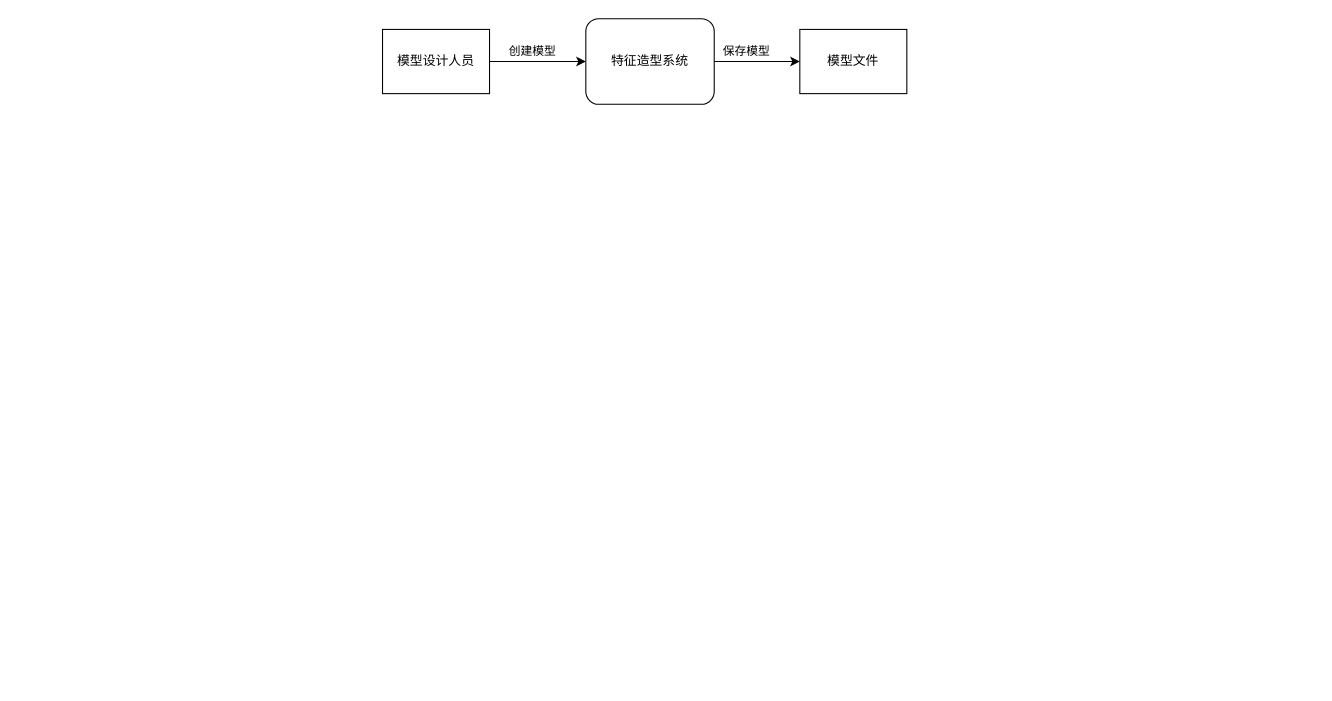
liuhuliuhu123/First-test keeps this draw.io diagram as 数据流图.drawio. Above is the earlier version. Source tidied: cells renumbered, new cells numbered last; positions are measured from the earlier drawing's top-left corner, leaving out a move shared by most shapes. Both pictures are drawn from the tidied source at 107%, with x=0, y=0 at pixel (382, 18).
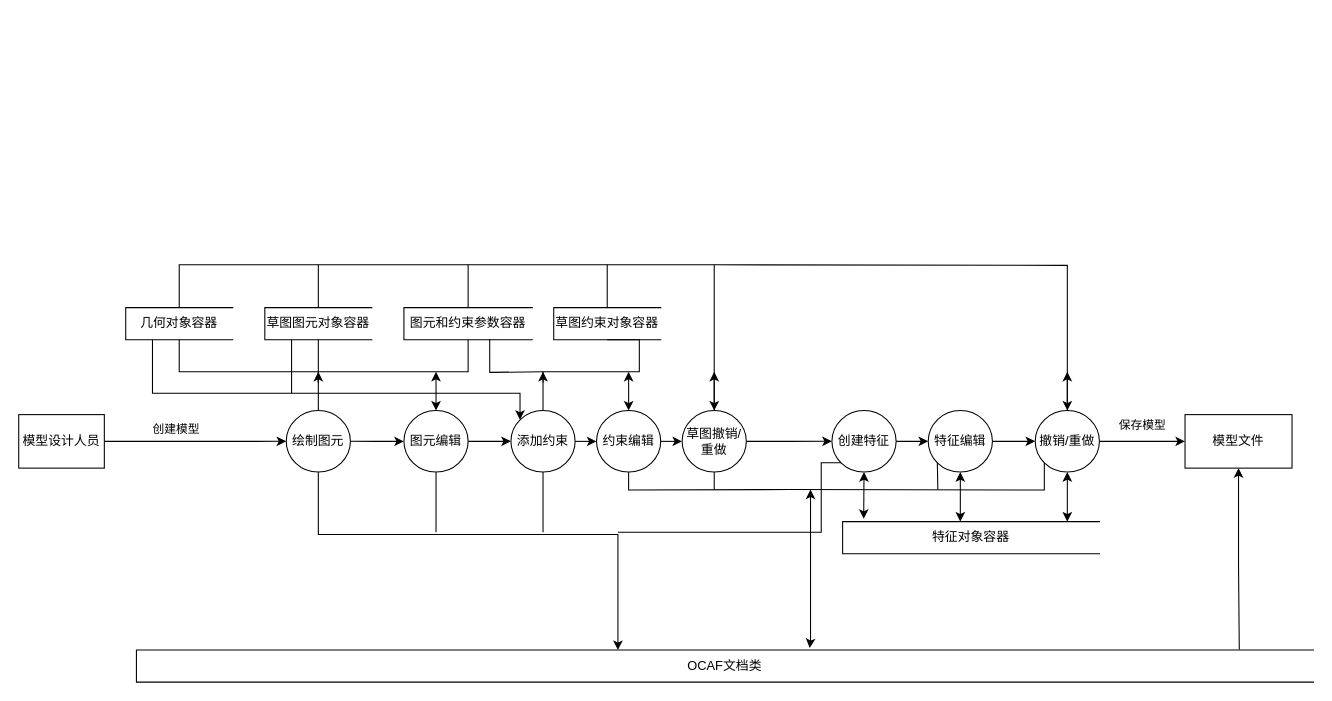
The same page after the edit.

Commit message:
更新数据流图.drawio

Diff of the diagram source:
```diff
@@
-    <mxCell id="2" value="创建模型" style="edgeStyle=orthogonalEdgeStyle;rounded=0;jettySize=auto;html=1;entryX=0;entryY=0.5;entryDx=0;entryDy=0;" parent="1" edge="1" source="3" target="5">
-      <mxGeometry x="-0.11" y="10" relative="1" as="geometry" />
+    <mxCell id="2" value="创建模型" style="edgeStyle=orthogonalEdgeStyle;rounded=0;jettySize=auto;html=1;entryX=0;entryY=0.5;entryDx=0;entryDy=0;exitX=1;exitY=0.5;exitDx=0;exitDy=0;" parent="1" edge="1" source="3" target="12">
+      <mxGeometry x="-0.21" y="11" relative="1" as="geometry">
+        <Array as="points">
+          <mxPoint x="-130" y="395" />
+          <mxPoint x="-130" y="395" />
+        </Array>
+      </mxGeometry>
     </mxCell>
-    <mxCell id="3" value="模型设计人员" style="rounded=0;whiteSpace=wrap;html=1;" parent="1" vertex="1">
-      <mxGeometry y="10" width="100" height="60" as="geometry" />
+    <mxCell id="3" value="模型设计人员" style="html=1;dashed=0;whiteSpace=wrap;" parent="1" vertex="1">
+      <mxGeometry x="-340" y="370" width="80" height="50" as="geometry" />
     </mxCell>
+    <mxCell id="7" style="edgeStyle=orthogonalEdgeStyle;rounded=0;jettySize=auto;html=1;exitX=1;exitY=0.5;exitDx=0;exitDy=0;" parent="1" edge="1" source="12" target="9">
+      <mxGeometry relative="1" as="geometry" />
+    </mxCell>
+    <mxCell id="8" style="edgeStyle=orthogonalEdgeStyle;rounded=0;jettySize=auto;html=1;entryX=0;entryY=0.5;entryDx=0;entryDy=0;" parent="1" edge="1" source="9" target="15">
+      <mxGeometry relative="1" as="geometry" />
+    </mxCell>
+    <mxCell id="9" value="图元编辑" style="shape=ellipse;html=1;dashed=0;whiteSpace=wrap;perimeter=ellipsePerimeter;" parent="1" vertex="1">
+      <mxGeometry x="20" y="366.2" width="60" height="57.5" as="geometry" />
+    </mxCell>
+    <mxCell id="10" style="edgeStyle=orthogonalEdgeStyle;rounded=0;jettySize=auto;html=1;" parent="1" edge="1" source="12">
+      <mxGeometry relative="1" as="geometry">
+        <mxPoint x="-60" y="330" as="targetPoint" />
+      </mxGeometry>
+    </mxCell>
+    <mxCell id="11" style="edgeStyle=orthogonalEdgeStyle;rounded=0;jettySize=auto;html=1;" parent="1" edge="1" source="12" target="43">
+      <mxGeometry relative="1" as="geometry">
+        <Array as="points">
+          <mxPoint x="-60" y="482" />
+          <mxPoint x="220" y="482" />
+        </Array>
+      </mxGeometry>
+    </mxCell>
+    <mxCell id="12" value="绘制图元" style="shape=ellipse;html=1;dashed=0;whiteSpace=wrap;perimeter=ellipsePerimeter;" parent="1" vertex="1">
+      <mxGeometry x="-90" y="366.2" width="60" height="57.5" as="geometry" />
+    </mxCell>
+    <mxCell id="13" style="edgeStyle=orthogonalEdgeStyle;rounded=0;jettySize=auto;html=1;entryX=0;entryY=0.5;entryDx=0;entryDy=0;" parent="1" edge="1" source="15" target="17">
+      <mxGeometry relative="1" as="geometry" />
+    </mxCell>
+    <mxCell id="14" style="edgeStyle=orthogonalEdgeStyle;rounded=0;jettySize=auto;html=1;exitX=0.5;exitY=0;exitDx=0;exitDy=0;" parent="1" edge="1" source="15">
+      <mxGeometry relative="1" as="geometry">
+        <mxPoint x="150" y="330" as="targetPoint" />
+      </mxGeometry>
+    </mxCell>
+    <mxCell id="15" value="添加约束" style="shape=ellipse;html=1;dashed=0;whiteSpace=wrap;perimeter=ellipsePerimeter;" parent="1" vertex="1">
+      <mxGeometry x="120" y="366.2" width="60" height="57.5" as="geometry" />
+    </mxCell>
+    <mxCell id="16" style="edgeStyle=orthogonalEdgeStyle;rounded=0;jettySize=auto;html=1;entryX=0;entryY=0.5;entryDx=0;entryDy=0;" parent="1" edge="1" source="17" target="20">
+      <mxGeometry relative="1" as="geometry" />
+    </mxCell>
+    <mxCell id="17" value="约束编辑" style="shape=ellipse;html=1;dashed=0;whiteSpace=wrap;perimeter=ellipsePerimeter;" parent="1" vertex="1">
+      <mxGeometry x="200" y="366.2" width="60" height="57.5" as="geometry" />
+    </mxCell>
+    <mxCell id="18" style="edgeStyle=orthogonalEdgeStyle;rounded=0;jettySize=auto;html=1;entryX=0;entryY=0.5;entryDx=0;entryDy=0;" parent="1" edge="1" source="20" target="22">
+      <mxGeometry relative="1" as="geometry" />
+    </mxCell>
+    <mxCell id="19" style="edgeStyle=orthogonalEdgeStyle;rounded=0;jettySize=auto;html=1;exitX=0.5;exitY=0;exitDx=0;exitDy=0;" parent="1" edge="1" source="20">
+      <mxGeometry relative="1" as="geometry">
+        <mxPoint x="310" y="330" as="targetPoint" />
+      </mxGeometry>
+    </mxCell>
+    <mxCell id="20" value="草图撤销/重做" style="shape=ellipse;html=1;dashed=0;whiteSpace=wrap;perimeter=ellipsePerimeter;" parent="1" vertex="1">
+      <mxGeometry x="280" y="366.2" width="60" height="57.5" as="geometry" />
+    </mxCell>
+    <mxCell id="21" style="edgeStyle=orthogonalEdgeStyle;rounded=0;jettySize=auto;html=1;entryX=0;entryY=0.5;entryDx=0;entryDy=0;" parent="1" edge="1" source="22" target="24">
+      <mxGeometry relative="1" as="geometry" />
+    </mxCell>
+    <mxCell id="22" value="创建特征" style="shape=ellipse;html=1;dashed=0;whiteSpace=wrap;perimeter=ellipsePerimeter;" parent="1" vertex="1">
+      <mxGeometry x="420" y="366.2" width="60" height="57.5" as="geometry" />
+    </mxCell>
+    <mxCell id="23" style="edgeStyle=orthogonalEdgeStyle;rounded=0;jettySize=auto;html=1;entryX=0;entryY=0.5;entryDx=0;entryDy=0;" parent="1" edge="1" source="24" target="26">
+      <mxGeometry relative="1" as="geometry" />
+    </mxCell>
+    <mxCell id="24" value="特征编辑" style="shape=ellipse;html=1;dashed=0;whiteSpace=wrap;perimeter=ellipsePerimeter;" parent="1" vertex="1">
+      <mxGeometry x="510" y="366.2" width="60" height="57.5" as="geometry" />
+    </mxCell>
-    <mxCell id="4" value="保存模型" style="edgeStyle=orthogonalEdgeStyle;rounded=0;jettySize=auto;html=1;" parent="1" edge="1" source="5" target="6">
-      <mxGeometry x="-0.25" y="10" relative="1" as="geometry" />
+    <mxCell id="4" value="保存模型" style="edgeStyle=orthogonalEdgeStyle;rounded=0;jettySize=auto;html=1;entryX=0;entryY=0.5;entryDx=0;entryDy=0;" parent="1" edge="1" source="26" target="6">
+      <mxGeometry y="15" relative="1" as="geometry" />
     </mxCell>
-    <mxCell id="5" value="特征造型系统" style="rounded=1;whiteSpace=wrap;html=1;" parent="1" vertex="1">
-      <mxGeometry x="190" width="120" height="80" as="geometry" />
-    </mxCell>
+    <mxCell id="25" style="edgeStyle=orthogonalEdgeStyle;rounded=0;jettySize=auto;html=1;" parent="1" edge="1" source="26">
+      <mxGeometry relative="1" as="geometry">
+        <mxPoint x="640" y="330" as="targetPoint" />
+      </mxGeometry>
+    </mxCell>
+    <mxCell id="26" value="撤销/重做" style="shape=ellipse;html=1;dashed=0;whiteSpace=wrap;perimeter=ellipsePerimeter;" parent="1" vertex="1">
+      <mxGeometry x="610" y="366.2" width="60" height="57.5" as="geometry" />
+    </mxCell>
-    <mxCell id="6" value="模型文件" style="rounded=0;whiteSpace=wrap;html=1;" parent="1" vertex="1">
-      <mxGeometry x="390" y="10" width="100" height="60" as="geometry" />
+    <mxCell id="6" value="模型文件" style="html=1;dashed=0;whiteSpace=wrap;" parent="1" vertex="1">
+      <mxGeometry x="750" y="370" width="100" height="50" as="geometry" />
     </mxCell>
+    <mxCell id="27" style="edgeStyle=orthogonalEdgeStyle;rounded=0;jettySize=auto;html=1;exitX=0.25;exitY=1;exitDx=0;exitDy=0;entryX=0;entryY=0;entryDx=0;entryDy=0;" parent="1" edge="1" source="29" target="15">
+      <mxGeometry relative="1" as="geometry">
+        <Array as="points">
+          <mxPoint x="-215" y="350" />
+          <mxPoint x="129" y="350" />
+        </Array>
+      </mxGeometry>
+    </mxCell>
+    <mxCell id="28" style="edgeStyle=orthogonalEdgeStyle;rounded=0;jettySize=auto;html=1;entryX=0.5;entryY=0;entryDx=0;entryDy=0;" parent="1" edge="1" source="29" target="20">
+      <mxGeometry relative="1" as="geometry">
+        <Array as="points">
+          <mxPoint x="-190" y="230" />
+          <mxPoint x="310" y="230" />
+        </Array>
+      </mxGeometry>
+    </mxCell>
+    <mxCell id="29" value="几何对象容器" style="html=1;dashed=0;whiteSpace=wrap;shape=partialRectangle;right=0;" parent="1" vertex="1">
+      <mxGeometry x="-240" y="270" width="100" height="30" as="geometry" />
+    </mxCell>
+    <mxCell id="30" value="草图图元对象容器" style="html=1;dashed=0;whiteSpace=wrap;shape=partialRectangle;right=0;" parent="1" vertex="1">
+      <mxGeometry x="-110" y="270" width="100" height="30" as="geometry" />
+    </mxCell>
+    <mxCell id="31" value="图元和约束参数容器" style="html=1;dashed=0;whiteSpace=wrap;shape=partialRectangle;right=0;" parent="1" vertex="1">
+      <mxGeometry x="20" y="270" width="120" height="30" as="geometry" />
+    </mxCell>
+    <mxCell id="32" value="草图约束对象容器" style="html=1;dashed=0;whiteSpace=wrap;shape=partialRectangle;right=0;" parent="1" vertex="1">
+      <mxGeometry x="160" y="270" width="100" height="30" as="geometry" />
+    </mxCell>
+    <mxCell id="33" style="edgeStyle=orthogonalEdgeStyle;rounded=0;orthogonalLoop=1;jettySize=auto;html=1;exitX=0.5;exitY=1;exitDx=0;exitDy=0;" parent="1" edge="1" source="31" target="31">
+      <mxGeometry relative="1" as="geometry" />
+    </mxCell>
+    <mxCell id="34" style="endArrow=none;html=1;rounded=0;entryX=0.5;entryY=1;entryDx=0;entryDy=0;edgeStyle=orthogonalEdgeStyle;" parent="1" edge="1" target="29">
+      <mxGeometry relative="1" as="geometry">
+        <mxPoint x="-60" y="340" as="sourcePoint" />
+        <Array as="points">
+          <mxPoint x="-60" y="330" />
+          <mxPoint x="-190" y="330" />
+        </Array>
+      </mxGeometry>
+    </mxCell>
+    <mxCell id="35" style="endArrow=none;html=1;rounded=0;entryX=0.5;entryY=1;entryDx=0;entryDy=0;edgeStyle=orthogonalEdgeStyle;" parent="1" edge="1" target="31">
+      <mxGeometry relative="1" as="geometry">
+        <mxPoint x="-60" y="340" as="sourcePoint" />
+        <Array as="points">
+          <mxPoint x="-60" y="330" />
+          <mxPoint x="80" y="330" />
+        </Array>
+      </mxGeometry>
+    </mxCell>
+    <mxCell id="36" style="endArrow=classic;startArrow=classic;html=1;rounded=0;exitX=0.5;exitY=0;exitDx=0;exitDy=0;" parent="1" edge="1" source="9">
+      <mxGeometry relative="1" as="geometry">
+        <mxPoint x="50" y="330" as="targetPoint" />
+      </mxGeometry>
+    </mxCell>
+    <mxCell id="37" style="endArrow=none;html=1;rounded=0;entryX=0.5;entryY=1;entryDx=0;entryDy=0;edgeStyle=orthogonalEdgeStyle;" parent="1" edge="1" target="32">
+      <mxGeometry relative="1" as="geometry">
+        <mxPoint x="150" y="340" as="sourcePoint" />
+        <Array as="points">
+          <mxPoint x="150" y="330" />
+          <mxPoint x="240" y="330" />
+          <mxPoint x="240" y="300" />
+        </Array>
+      </mxGeometry>
+    </mxCell>
+    <mxCell id="38" style="endArrow=classic;startArrow=classic;html=1;rounded=0;exitX=0.5;exitY=0;exitDx=0;exitDy=0;" parent="1" edge="1" source="17">
+      <mxGeometry relative="1" as="geometry">
+        <mxPoint x="230" y="330" as="targetPoint" />
+      </mxGeometry>
+    </mxCell>
+    <mxCell id="39" value="特征对象容器" style="html=1;dashed=0;whiteSpace=wrap;shape=partialRectangle;right=0;" parent="1" vertex="1">
+      <mxGeometry x="430" y="470" width="240" height="30" as="geometry" />
+    </mxCell>
+    <mxCell id="40" style="endArrow=classic;startArrow=classic;html=1;rounded=0;entryX=0.5;entryY=1;entryDx=0;entryDy=0;exitX=0.082;exitY=-0.087;exitDx=0;exitDy=0;exitPerimeter=0;" parent="1" edge="1" source="39" target="22">
+      <mxGeometry relative="1" as="geometry" />
+    </mxCell>
+    <mxCell id="41" style="endArrow=classic;startArrow=classic;html=1;rounded=0;entryX=0.5;entryY=1;entryDx=0;entryDy=0;" parent="1" edge="1" target="24">
+      <mxGeometry relative="1" as="geometry">
+        <mxPoint x="540" y="470" as="sourcePoint" />
+      </mxGeometry>
+    </mxCell>
+    <mxCell id="42" style="endArrow=classic;startArrow=classic;html=1;rounded=0;entryX=0.5;entryY=1;entryDx=0;entryDy=0;" parent="1" edge="1" target="26">
+      <mxGeometry relative="1" as="geometry">
+        <mxPoint x="640" y="470" as="sourcePoint" />
+      </mxGeometry>
+    </mxCell>
+    <mxCell id="43" value="OCAF文档类" style="html=1;dashed=0;whiteSpace=wrap;shape=partialRectangle;right=0;" parent="1" vertex="1">
+      <mxGeometry x="-230" y="590" width="1100" height="30" as="geometry" />
+    </mxCell>
+    <mxCell id="44" style="endArrow=none;html=1;rounded=0;entryX=0.5;entryY=1;entryDx=0;entryDy=0;" parent="1" edge="1" target="30">
+      <mxGeometry relative="1" as="geometry">
+        <mxPoint x="-60" y="330" as="sourcePoint" />
+      </mxGeometry>
+    </mxCell>
+    <mxCell id="45" style="endArrow=none;html=1;rounded=0;entryX=0.668;entryY=0.98;entryDx=0;entryDy=0;entryPerimeter=0;edgeStyle=orthogonalEdgeStyle;" parent="1" edge="1" target="31">
+      <mxGeometry relative="1" as="geometry">
+        <mxPoint x="150" y="330" as="sourcePoint" />
+      </mxGeometry>
+    </mxCell>
+    <mxCell id="46" style="endArrow=none;html=1;rounded=0;entryX=0.25;entryY=1;entryDx=0;entryDy=0;" parent="1" edge="1" target="30">
+      <mxGeometry relative="1" as="geometry">
+        <mxPoint x="-85" y="350" as="sourcePoint" />
+      </mxGeometry>
+    </mxCell>
+    <mxCell id="47" style="endArrow=none;html=1;rounded=0;entryX=0.5;entryY=0;entryDx=0;entryDy=0;" parent="1" edge="1" target="30">
+      <mxGeometry relative="1" as="geometry">
+        <mxPoint x="-60" y="230" as="sourcePoint" />
+      </mxGeometry>
+    </mxCell>
+    <mxCell id="48" style="endArrow=none;html=1;rounded=0;" parent="1" edge="1">
+      <mxGeometry relative="1" as="geometry">
+        <mxPoint x="80" y="270" as="sourcePoint" />
+        <mxPoint x="80" y="230" as="targetPoint" />
+      </mxGeometry>
+    </mxCell>
+    <mxCell id="49" style="endArrow=none;html=1;rounded=0;exitX=0.5;exitY=0;exitDx=0;exitDy=0;" parent="1" edge="1" source="32">
+      <mxGeometry relative="1" as="geometry">
+        <mxPoint x="210" y="230" as="targetPoint" />
+      </mxGeometry>
+    </mxCell>
+    <mxCell id="50" style="endArrow=classic;html=1;rounded=0;edgeStyle=orthogonalEdgeStyle;entryX=0.5;entryY=0;entryDx=0;entryDy=0;" parent="1" edge="1" target="26">
+      <mxGeometry relative="1" as="geometry">
+        <mxPoint x="310" y="230" as="sourcePoint" />
+      </mxGeometry>
+    </mxCell>
+    <mxCell id="51" style="endArrow=none;html=1;rounded=0;entryX=0;entryY=1;entryDx=0;entryDy=0;edgeStyle=orthogonalEdgeStyle;" parent="1" edge="1" target="26">
+      <mxGeometry relative="1" as="geometry">
+        <mxPoint x="380" y="440" as="sourcePoint" />
+      </mxGeometry>
+    </mxCell>
+    <mxCell id="52" style="endArrow=none;html=1;rounded=0;entryX=0.5;entryY=1;entryDx=0;entryDy=0;" parent="1" edge="1" target="20">
+      <mxGeometry relative="1" as="geometry">
+        <mxPoint x="310" y="440" as="sourcePoint" />
+      </mxGeometry>
+    </mxCell>
+    <mxCell id="53" style="endArrow=none;html=1;rounded=0;entryX=0.5;entryY=1;entryDx=0;entryDy=0;edgeStyle=orthogonalEdgeStyle;" parent="1" edge="1" target="17">
+      <mxGeometry relative="1" as="geometry">
+        <mxPoint x="380" y="440" as="sourcePoint" />
+      </mxGeometry>
+    </mxCell>
+    <mxCell id="54" style="endArrow=none;html=1;rounded=0;entryX=0.5;entryY=1;entryDx=0;entryDy=0;" parent="1" edge="1" target="9">
+      <mxGeometry relative="1" as="geometry">
+        <mxPoint x="50" y="480" as="sourcePoint" />
+      </mxGeometry>
+    </mxCell>
+    <mxCell id="55" style="endArrow=none;html=1;rounded=0;entryX=0.5;entryY=1;entryDx=0;entryDy=0;" parent="1" edge="1" target="15">
+      <mxGeometry relative="1" as="geometry">
+        <mxPoint x="150" y="480" as="sourcePoint" />
+      </mxGeometry>
+    </mxCell>
+    <mxCell id="56" style="endArrow=none;html=1;rounded=0;entryX=0;entryY=1;entryDx=0;entryDy=0;edgeStyle=orthogonalEdgeStyle;" parent="1" edge="1" target="22">
+      <mxGeometry relative="1" as="geometry">
+        <mxPoint x="220" y="480" as="sourcePoint" />
+        <Array as="points">
+          <mxPoint x="410" y="480" />
+          <mxPoint x="410" y="415" />
+        </Array>
+      </mxGeometry>
+    </mxCell>
+    <mxCell id="57" style="endArrow=classic;html=1;rounded=0;entryX=0.5;entryY=1;entryDx=0;entryDy=0;exitX=0.937;exitY=-0.02;exitDx=0;exitDy=0;exitPerimeter=0;" parent="1" edge="1" source="43" target="6">
+      <mxGeometry relative="1" as="geometry">
+        <Array as="points">
+          <mxPoint x="800" y="510" />
+        </Array>
+      </mxGeometry>
+    </mxCell>
+    <mxCell id="58" style="endArrow=none;html=1;rounded=0;entryX=0;entryY=1;entryDx=0;entryDy=0;" parent="1" edge="1" target="24">
+      <mxGeometry relative="1" as="geometry">
+        <mxPoint x="519" y="440" as="sourcePoint" />
+      </mxGeometry>
+    </mxCell>
+    <mxCell id="59" style="endArrow=classic;startArrow=classic;html=1;rounded=0;exitX=0.572;exitY=-0.06;exitDx=0;exitDy=0;exitPerimeter=0;" parent="1" edge="1" source="43">
+      <mxGeometry relative="1" as="geometry">
+        <mxPoint x="400" y="440" as="targetPoint" />
+        <Array as="points">
+          <mxPoint x="400" y="580" />
+        </Array>
+      </mxGeometry>
+    </mxCell>
```
